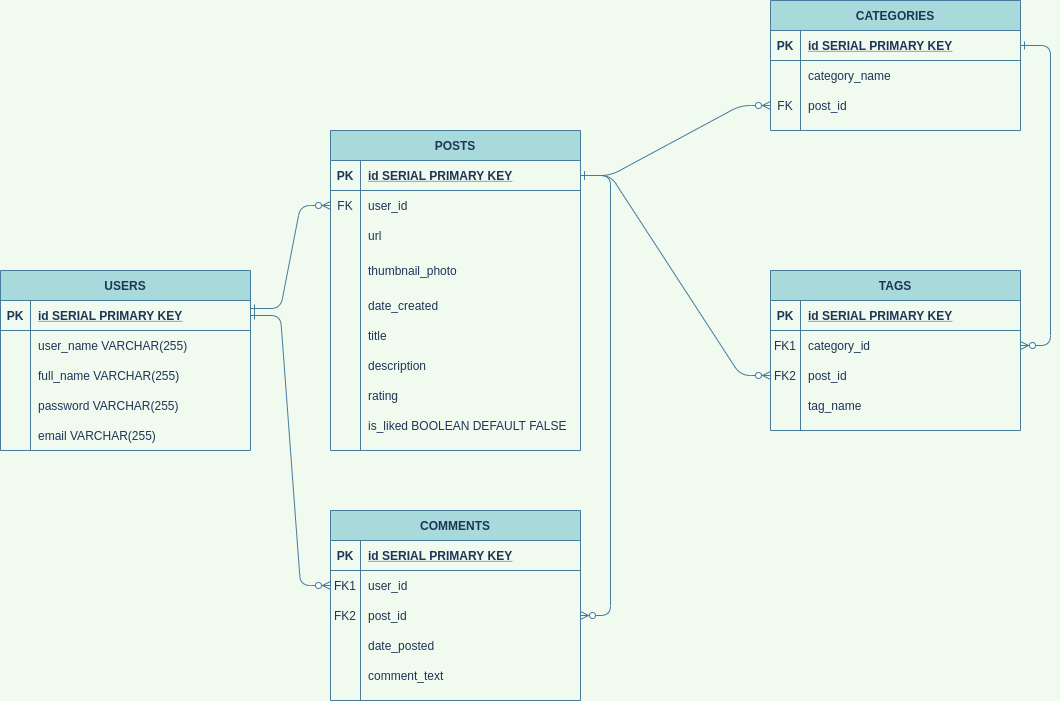
This is docs/LHL-midtem_Resource Wall.png from monica-li205/inPinity, a draw.io export, as it was before one commit. Source tidied: cells renumbered, new cells last; positions are measured from the earlier drawing's top-left corner, leaving out a move shared by most shapes.
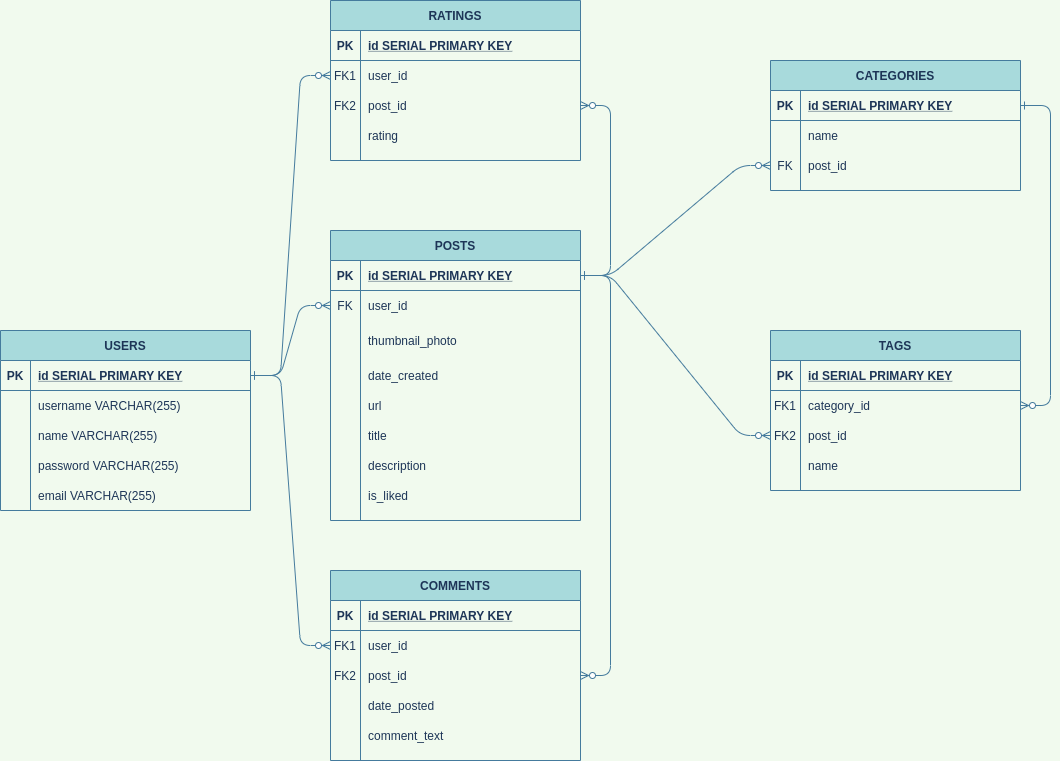
After the commit.

Commit message:
adds fixed ERD with ratings table, add rating table to schema, adds sample thumbnail to docs

The edit, as a diff of the source:
```diff
@@ -2,14 +2,14 @@
   <root>
     <mxCell id="0" />
     <mxCell id="1" parent="0" />
-    <mxCell id="2" style="edgeStyle=entityRelationEdgeStyle;endArrow=ERzeroToMany;startArrow=ERone;endFill=1;startFill=0;entryX=0;entryY=0.5;entryDx=0;entryDy=0;exitX=1;exitY=0.267;exitDx=0;exitDy=0;exitPerimeter=0;strokeColor=#457B9D;fontColor=#1D3557;labelBackgroundColor=#F1FAEE;" parent="1" edge="1" source="49" target="8">
+    <mxCell id="2" style="edgeStyle=entityRelationEdgeStyle;endArrow=ERzeroToMany;startArrow=ERone;endFill=1;startFill=0;entryX=0;entryY=0.5;entryDx=0;entryDy=0;exitX=1;exitY=0.5;exitDx=0;exitDy=0;strokeColor=#457B9D;fontColor=#1D3557;labelBackgroundColor=#F1FAEE;" parent="1" edge="1" source="49" target="8">
       <mxGeometry relative="1" as="geometry" />
     </mxCell>
     <mxCell id="3" style="edgeStyle=entityRelationEdgeStyle;endArrow=ERzeroToMany;startArrow=ERone;endFill=1;startFill=0;strokeColor=#457B9D;fontColor=#1D3557;labelBackgroundColor=#F1FAEE;exitX=1;exitY=0.5;exitDx=0;exitDy=0;" parent="1" edge="1" source="5" target="39">
       <mxGeometry relative="1" as="geometry" />
     </mxCell>
     <mxCell id="4" value="POSTS" style="shape=table;startSize=30;rowLines=0;fontStyle=1;align=center;fillColor=#A8DADC;strokeColor=#457B9D;fontColor=#1D3557;" parent="1" vertex="1">
-      <mxGeometry x="330" y="130" width="250" height="320" as="geometry" />
+      <mxGeometry x="330" y="170" width="250" height="290" as="geometry" />
     </mxCell>
     <mxCell id="5" style="shape=partialRectangle;fillColor=none;points=[[0,0.5],[1,0.5]];portConstraint=eastwest;top=0;left=0;right=0;bottom=1;strokeColor=#457B9D;fontColor=#1D3557;" parent="4" vertex="1">
       <mxGeometry y="30" width="250" height="30" as="geometry" />
@@ -29,17 +29,8 @@
     <mxCell id="10" value="user_id" style="shape=partialRectangle;overflow=hidden;fillColor=none;top=0;left=0;bottom=0;right=0;align=left;spacingLeft=6;strokeColor=#457B9D;fontColor=#1D3557;" parent="8" vertex="1">
       <mxGeometry x="30" width="220" height="30" as="geometry" />
     </mxCell>
-    <mxCell id="11" style="shape=partialRectangle;fillColor=none;top=0;left=0;right=0;bottom=0;strokeColor=#457B9D;fontColor=#1D3557;" parent="4" vertex="1">
-      <mxGeometry y="90" width="250" height="30" as="geometry" />
-    </mxCell>
-    <mxCell id="12" style="shape=partialRectangle;overflow=hidden;fillColor=none;top=0;left=0;bottom=0;right=0;strokeColor=#457B9D;fontColor=#1D3557;" parent="11" vertex="1">
-      <mxGeometry width="30" height="30" as="geometry" />
-    </mxCell>
-    <mxCell id="13" value="url" style="shape=partialRectangle;overflow=hidden;fillColor=none;top=0;left=0;bottom=0;right=0;align=left;spacingLeft=6;strokeColor=#457B9D;fontColor=#1D3557;" parent="11" vertex="1">
-      <mxGeometry x="30" width="220" height="30" as="geometry" />
-    </mxCell>
     <mxCell id="14" style="shape=partialRectangle;fillColor=none;top=0;left=0;right=0;bottom=0;strokeColor=#457B9D;fontColor=#1D3557;" parent="4" vertex="1">
-      <mxGeometry y="120" width="250" height="40" as="geometry" />
+      <mxGeometry y="90" width="250" height="40" as="geometry" />
     </mxCell>
     <mxCell id="15" style="shape=partialRectangle;overflow=hidden;fillColor=none;top=0;left=0;bottom=0;right=0;strokeColor=#457B9D;fontColor=#1D3557;" parent="14" vertex="1">
       <mxGeometry width="30" height="40" as="geometry" />
@@ -48,7 +39,7 @@
       <mxGeometry x="30" width="220" height="40" as="geometry" />
     </mxCell>
     <mxCell id="17" style="shape=partialRectangle;fillColor=none;top=0;left=0;right=0;bottom=0;strokeColor=#457B9D;fontColor=#1D3557;" parent="4" vertex="1">
-      <mxGeometry y="160" width="250" height="30" as="geometry" />
+      <mxGeometry y="130" width="250" height="30" as="geometry" />
     </mxCell>
     <mxCell id="18" style="shape=partialRectangle;overflow=hidden;fillColor=none;top=0;left=0;bottom=0;right=0;strokeColor=#457B9D;fontColor=#1D3557;" parent="17" vertex="1">
       <mxGeometry width="30" height="30" as="geometry" />
@@ -56,6 +47,15 @@
     <mxCell id="19" value="date_created" style="shape=partialRectangle;overflow=hidden;fillColor=none;top=0;left=0;bottom=0;right=0;align=left;spacingLeft=6;strokeColor=#457B9D;fontColor=#1D3557;" parent="17" vertex="1">
       <mxGeometry x="30" width="220" height="30" as="geometry" />
     </mxCell>
+    <mxCell id="11" style="shape=partialRectangle;fillColor=none;top=0;left=0;right=0;bottom=0;strokeColor=#457B9D;fontColor=#1D3557;" parent="4" vertex="1">
+      <mxGeometry y="160" width="250" height="30" as="geometry" />
+    </mxCell>
+    <mxCell id="12" style="shape=partialRectangle;overflow=hidden;fillColor=none;top=0;left=0;bottom=0;right=0;strokeColor=#457B9D;fontColor=#1D3557;" parent="11" vertex="1">
+      <mxGeometry width="30" height="30" as="geometry" />
+    </mxCell>
+    <mxCell id="13" value="url" style="shape=partialRectangle;overflow=hidden;fillColor=none;top=0;left=0;bottom=0;right=0;align=left;spacingLeft=6;strokeColor=#457B9D;fontColor=#1D3557;" parent="11" vertex="1">
+      <mxGeometry x="30" width="220" height="30" as="geometry" />
+    </mxCell>
     <mxCell id="20" style="shape=partialRectangle;fillColor=none;top=0;left=0;right=0;bottom=0;strokeColor=#457B9D;fontColor=#1D3557;" parent="4" vertex="1">
       <mxGeometry y="190" width="250" height="30" as="geometry" />
     </mxCell>
@@ -74,22 +74,13 @@
     <mxCell id="25" value="description" style="shape=partialRectangle;overflow=hidden;fillColor=none;top=0;left=0;bottom=0;right=0;align=left;spacingLeft=6;strokeColor=#457B9D;fontColor=#1D3557;" parent="23" vertex="1">
       <mxGeometry x="30" width="220" height="30" as="geometry" />
     </mxCell>
-    <mxCell id="26" style="shape=partialRectangle;fillColor=none;top=0;left=0;right=0;bottom=0;strokeColor=#457B9D;fontColor=#1D3557;" parent="4" vertex="1">
-      <mxGeometry y="250" width="250" height="30" as="geometry" />
-    </mxCell>
-    <mxCell id="27" style="shape=partialRectangle;overflow=hidden;fillColor=none;top=0;left=0;bottom=0;right=0;strokeColor=#457B9D;fontColor=#1D3557;" parent="26" vertex="1">
-      <mxGeometry width="30" height="30" as="geometry" />
-    </mxCell>
-    <mxCell id="28" value="rating" style="shape=partialRectangle;overflow=hidden;fillColor=none;top=0;left=0;bottom=0;right=0;align=left;spacingLeft=6;labelBorderColor=none;strokeColor=none;fontColor=#1D3557;" parent="26" vertex="1">
-      <mxGeometry x="30" width="220" height="30" as="geometry" />
-    </mxCell>
     <mxCell id="29" style="shape=partialRectangle;fillColor=none;top=0;left=0;right=0;bottom=0;strokeColor=#457B9D;fontColor=#1D3557;" parent="4" vertex="1">
-      <mxGeometry y="280" width="250" height="30" as="geometry" />
+      <mxGeometry y="250" width="250" height="30" as="geometry" />
     </mxCell>
     <mxCell id="30" style="shape=partialRectangle;overflow=hidden;fillColor=none;top=0;left=0;bottom=0;right=0;strokeColor=#457B9D;fontColor=#1D3557;" parent="29" vertex="1">
       <mxGeometry width="30" height="30" as="geometry" />
     </mxCell>
-    <mxCell id="31" value="is_liked BOOLEAN DEFAULT FALSE" style="shape=partialRectangle;overflow=hidden;top=0;left=0;bottom=0;right=0;align=left;spacingLeft=6;labelBorderColor=none;fillColor=none;strokeColor=none;fontColor=#1D3557;" parent="29" vertex="1">
+    <mxCell id="31" value="is_liked" style="shape=partialRectangle;overflow=hidden;top=0;left=0;bottom=0;right=0;align=left;spacingLeft=6;labelBorderColor=none;fillColor=none;strokeColor=none;fontColor=#1D3557;" parent="29" vertex="1">
       <mxGeometry x="30" width="220" height="30" as="geometry" />
     </mxCell>
     <mxCell id="32" value="COMMENTS" style="shape=table;startSize=30;rowLines=0;fontStyle=1;align=center;fillColor=#A8DADC;strokeColor=#457B9D;fontColor=#1D3557;" parent="1" vertex="1">
@@ -158,7 +149,7 @@
     <mxCell id="53" style="shape=partialRectangle;overflow=hidden;fillColor=none;top=0;left=0;bottom=0;right=0;strokeColor=#457B9D;fontColor=#1D3557;" parent="52" vertex="1">
       <mxGeometry width="30" height="30" as="geometry" />
     </mxCell>
-    <mxCell id="54" value="user_name VARCHAR(255)" style="shape=partialRectangle;overflow=hidden;fillColor=none;top=0;left=0;bottom=0;right=0;align=left;spacingLeft=6;strokeColor=#457B9D;fontColor=#1D3557;" parent="52" vertex="1">
+    <mxCell id="54" value="username VARCHAR(255)" style="shape=partialRectangle;overflow=hidden;fillColor=none;top=0;left=0;bottom=0;right=0;align=left;spacingLeft=6;strokeColor=#457B9D;fontColor=#1D3557;" parent="52" vertex="1">
       <mxGeometry x="30" width="220" height="30" as="geometry" />
     </mxCell>
     <mxCell id="55" style="shape=partialRectangle;fillColor=none;top=0;left=0;right=0;bottom=0;strokeColor=#457B9D;fontColor=#1D3557;" parent="48" vertex="1">
@@ -167,7 +158,7 @@
     <mxCell id="56" style="shape=partialRectangle;overflow=hidden;fillColor=none;top=0;left=0;bottom=0;right=0;strokeColor=#457B9D;fontColor=#1D3557;" parent="55" vertex="1">
       <mxGeometry width="30" height="30" as="geometry" />
     </mxCell>
-    <mxCell id="57" value="full_name VARCHAR(255)" style="shape=partialRectangle;overflow=hidden;fillColor=none;top=0;left=0;bottom=0;right=0;align=left;spacingLeft=6;strokeColor=#457B9D;fontColor=#1D3557;" parent="55" vertex="1">
+    <mxCell id="57" value="name VARCHAR(255)" style="shape=partialRectangle;overflow=hidden;fillColor=none;top=0;left=0;bottom=0;right=0;align=left;spacingLeft=6;strokeColor=#457B9D;fontColor=#1D3557;" parent="55" vertex="1">
       <mxGeometry x="30" width="220" height="30" as="geometry" />
     </mxCell>
     <mxCell id="58" style="shape=partialRectangle;fillColor=none;top=0;left=0;right=0;bottom=0;strokeColor=#457B9D;fontColor=#1D3557;" parent="48" vertex="1">
@@ -206,7 +197,7 @@
     <mxCell id="69" style="shape=partialRectangle;overflow=hidden;fillColor=none;top=0;left=0;bottom=0;right=0;strokeColor=#457B9D;fontColor=#1D3557;" parent="68" vertex="1">
       <mxGeometry width="30" height="30" as="geometry" />
     </mxCell>
-    <mxCell id="70" value="category_name" style="shape=partialRectangle;overflow=hidden;fillColor=none;top=0;left=0;bottom=0;right=0;align=left;spacingLeft=6;strokeColor=#457B9D;fontColor=#1D3557;" parent="68" vertex="1">
+    <mxCell id="70" value="name" style="shape=partialRectangle;overflow=hidden;fillColor=none;top=0;left=0;bottom=0;right=0;align=left;spacingLeft=6;strokeColor=#457B9D;fontColor=#1D3557;" parent="68" vertex="1">
       <mxGeometry x="30" width="220" height="30" as="geometry" />
     </mxCell>
     <mxCell id="71" style="shape=partialRectangle;fillColor=none;points=[[0,0.5],[1,0.5]];portConstraint=eastwest;top=0;left=0;right=0;bottom=0;strokeColor=#457B9D;fontColor=#1D3557;" parent="64" vertex="1">
@@ -257,7 +248,7 @@
     <mxCell id="86" style="shape=partialRectangle;overflow=hidden;fillColor=none;top=0;left=0;bottom=0;right=0;strokeColor=#457B9D;fontColor=#1D3557;" parent="85" vertex="1">
       <mxGeometry width="30" height="30" as="geometry" />
     </mxCell>
-    <mxCell id="87" value="tag_name" style="shape=partialRectangle;overflow=hidden;fillColor=none;top=0;left=0;bottom=0;right=0;align=left;spacingLeft=6;strokeColor=#457B9D;fontColor=#1D3557;" parent="85" vertex="1">
+    <mxCell id="87" value="name" style="shape=partialRectangle;overflow=hidden;fillColor=none;top=0;left=0;bottom=0;right=0;align=left;spacingLeft=6;strokeColor=#457B9D;fontColor=#1D3557;" parent="85" vertex="1">
       <mxGeometry x="30" width="220" height="30" as="geometry" />
     </mxCell>
     <mxCell id="88" style="edgeStyle=entityRelationEdgeStyle;endArrow=ERzeroToMany;startArrow=ERone;endFill=1;startFill=0;entryX=0;entryY=0.5;entryDx=0;entryDy=0;strokeColor=#457B9D;fontColor=#1D3557;labelBackgroundColor=#F1FAEE;exitX=1;exitY=0.5;exitDx=0;exitDy=0;" parent="1" edge="1" source="5" target="82">
@@ -269,5 +260,50 @@
     <mxCell id="90" style="edgeStyle=entityRelationEdgeStyle;endArrow=ERzeroToMany;startArrow=ERone;endFill=1;startFill=0;entryX=1;entryY=0.5;entryDx=0;entryDy=0;strokeColor=#457B9D;fontColor=#1D3557;labelBackgroundColor=#F1FAEE;exitX=1;exitY=0.5;exitDx=0;exitDy=0;" parent="1" edge="1" source="65" target="79">
       <mxGeometry relative="1" as="geometry" />
     </mxCell>
+    <mxCell id="91" value="RATINGS" style="shape=table;startSize=30;rowLines=0;fontStyle=1;align=center;fillColor=#A8DADC;strokeColor=#457B9D;fontColor=#1D3557;" parent="1" vertex="1">
+      <mxGeometry x="330" y="-60" width="250" height="160" as="geometry" />
+    </mxCell>
+    <mxCell id="92" style="shape=partialRectangle;fillColor=none;top=0;left=0;right=0;bottom=1;strokeColor=#457B9D;fontColor=#1D3557;" parent="91" vertex="1">
+      <mxGeometry y="30" width="250" height="30" as="geometry" />
+    </mxCell>
+    <mxCell id="93" value="PK" style="shape=partialRectangle;overflow=hidden;fillColor=none;top=0;left=0;bottom=0;right=0;fontStyle=1;strokeColor=#457B9D;fontColor=#1D3557;" parent="92" vertex="1">
+      <mxGeometry width="30" height="30" as="geometry" />
+    </mxCell>
+    <mxCell id="94" value="id SERIAL PRIMARY KEY" style="shape=partialRectangle;overflow=hidden;fillColor=none;top=0;left=0;bottom=0;right=0;align=left;spacingLeft=6;fontStyle=5;strokeColor=#457B9D;fontColor=#1D3557;" parent="92" vertex="1">
+      <mxGeometry x="30" width="220" height="30" as="geometry" />
+    </mxCell>
+    <mxCell id="95" style="shape=partialRectangle;fillColor=none;points=[[0,0.5],[1,0.5]];portConstraint=eastwest;top=0;left=0;right=0;bottom=0;strokeColor=#457B9D;fontColor=#1D3557;" parent="91" vertex="1">
+      <mxGeometry y="60" width="250" height="30" as="geometry" />
+    </mxCell>
+    <mxCell id="96" value="FK1" style="shape=partialRectangle;overflow=hidden;fillColor=none;top=0;left=0;bottom=0;right=0;strokeColor=#457B9D;fontColor=#1D3557;" parent="95" vertex="1">
+      <mxGeometry width="30" height="30" as="geometry" />
+    </mxCell>
+    <mxCell id="97" value="user_id" style="shape=partialRectangle;overflow=hidden;fillColor=none;top=0;left=0;bottom=0;right=0;align=left;spacingLeft=6;strokeColor=#457B9D;fontColor=#1D3557;" parent="95" vertex="1">
+      <mxGeometry x="30" width="220" height="30" as="geometry" />
+    </mxCell>
+    <mxCell id="98" style="shape=partialRectangle;fillColor=none;points=[[0,0.5],[1,0.5]];portConstraint=eastwest;top=0;left=0;right=0;bottom=0;strokeColor=#457B9D;fontColor=#1D3557;" parent="91" vertex="1">
+      <mxGeometry y="90" width="250" height="30" as="geometry" />
+    </mxCell>
+    <mxCell id="99" value="FK2" style="shape=partialRectangle;overflow=hidden;fillColor=none;top=0;left=0;bottom=0;right=0;strokeColor=#457B9D;fontColor=#1D3557;" parent="98" vertex="1">
+      <mxGeometry width="30" height="30" as="geometry" />
+    </mxCell>
+    <mxCell id="100" value="post_id" style="shape=partialRectangle;overflow=hidden;fillColor=none;top=0;left=0;bottom=0;right=0;align=left;spacingLeft=6;strokeColor=#457B9D;fontColor=#1D3557;" parent="98" vertex="1">
+      <mxGeometry x="30" width="220" height="30" as="geometry" />
+    </mxCell>
+    <mxCell id="101" style="shape=partialRectangle;fillColor=none;top=0;left=0;right=0;bottom=0;strokeColor=#457B9D;fontColor=#1D3557;" parent="91" vertex="1">
+      <mxGeometry y="120" width="250" height="30" as="geometry" />
+    </mxCell>
+    <mxCell id="27" style="shape=partialRectangle;overflow=hidden;fillColor=none;top=0;left=0;bottom=0;right=0;strokeColor=#457B9D;fontColor=#1D3557;" parent="101" vertex="1">
+      <mxGeometry width="30" height="30" as="geometry" />
+    </mxCell>
+    <mxCell id="28" value="rating" style="shape=partialRectangle;overflow=hidden;fillColor=none;top=0;left=0;bottom=0;right=0;align=left;spacingLeft=6;strokeColor=#457B9D;fontColor=#1D3557;" parent="101" vertex="1">
+      <mxGeometry x="30" width="220" height="30" as="geometry" />
+    </mxCell>
+    <mxCell id="102" style="edgeStyle=entityRelationEdgeStyle;endArrow=ERzeroToMany;startArrow=ERone;endFill=1;startFill=0;strokeColor=#457B9D;fontColor=#1D3557;labelBackgroundColor=#F1FAEE;entryX=1;entryY=0.5;entryDx=0;entryDy=0;exitX=1;exitY=0.5;exitDx=0;exitDy=0;" parent="1" edge="1" source="5" target="98">
+      <mxGeometry relative="1" as="geometry" />
+    </mxCell>
+    <mxCell id="103" style="edgeStyle=entityRelationEdgeStyle;endArrow=ERzeroToMany;startArrow=ERone;endFill=1;startFill=0;entryX=0;entryY=0.5;entryDx=0;entryDy=0;exitX=1;exitY=0.5;exitDx=0;exitDy=0;strokeColor=#457B9D;fontColor=#1D3557;labelBackgroundColor=#F1FAEE;" parent="1" edge="1" source="49" target="95">
+      <mxGeometry relative="1" as="geometry" />
+    </mxCell>
   </root>
 </mxGraphModel>
```
